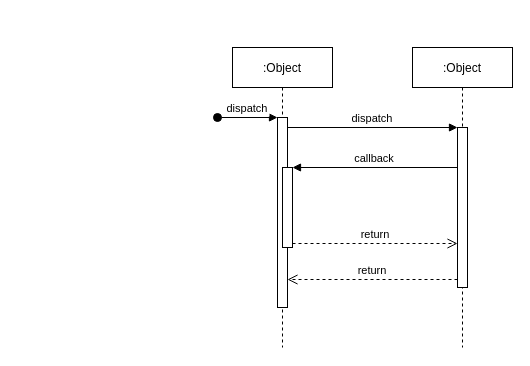
This is SequenceOne.drawio from James-Sergeant/Software-Engineering-Project-Study-Panner, a draw.io file, before an edit. Source tidied: cells renumbered, new cells numbered last; positions are measured from the earlier drawing's top-left corner, leaving out a move shared by most shapes. Both pictures are drawn from the tidied source at 100%, with x=0, y=0 at pixel (217, 47).
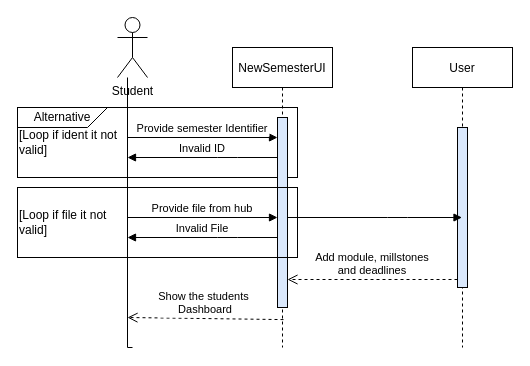
The same page after the edit.

Change to the diagram source:
```diff
@@
+    <mxCell id="12" value="[Loop if ident it not &lt;br&gt;valid]" style="rounded=0;whiteSpace=wrap;html=1;fillColor=none;align=left;" parent="1" vertex="1">
+      <mxGeometry x="-200" y="60" width="280" height="70" as="geometry" />
+    </mxCell>
-    <mxCell id="2" value=":Object" style="shape=umlLifeline;perimeter=lifelinePerimeter;rounded=0;shadow=0;strokeWidth=1;" parent="1" vertex="1">
+    <mxCell id="2" value="NewSemesterUI" style="shape=umlLifeline;perimeter=lifelinePerimeter;rounded=0;shadow=0;strokeWidth=1;" parent="1" vertex="1">
       <mxGeometry x="15" width="100" height="300" as="geometry" />
     </mxCell>
-    <mxCell id="3" style="points=[];perimeter=orthogonalPerimeter;rounded=0;shadow=0;strokeWidth=1;" parent="2" vertex="1">
+    <mxCell id="3" style="points=[];perimeter=orthogonalPerimeter;rounded=0;shadow=0;strokeWidth=1;fillColor=#dae8fc;" parent="2" vertex="1">
       <mxGeometry x="45" y="70" width="10" height="190" as="geometry" />
     </mxCell>
-    <mxCell id="4" value="dispatch" style="verticalAlign=bottom;startArrow=oval;endArrow=block;startSize=8;shadow=0;strokeWidth=1;" parent="2" edge="1" target="3">
-      <mxGeometry relative="1" as="geometry">
-        <mxPoint x="-15" y="70" as="sourcePoint" />
-      </mxGeometry>
-    </mxCell>
-    <mxCell id="5" style="points=[];perimeter=orthogonalPerimeter;rounded=0;shadow=0;strokeWidth=1;" parent="2" vertex="1">
-      <mxGeometry x="50" y="120" width="10" height="80" as="geometry" />
-    </mxCell>
-    <mxCell id="6" value=":Object" style="shape=umlLifeline;perimeter=lifelinePerimeter;rounded=0;shadow=0;strokeWidth=1;" parent="1" vertex="1">
+    <mxCell id="6" value="User" style="shape=umlLifeline;perimeter=lifelinePerimeter;rounded=0;shadow=0;strokeWidth=1;" parent="1" vertex="1">
       <mxGeometry x="195" width="100" height="300" as="geometry" />
     </mxCell>
-    <mxCell id="7" style="points=[];perimeter=orthogonalPerimeter;rounded=0;shadow=0;strokeWidth=1;" parent="6" vertex="1">
+    <mxCell id="7" style="points=[];perimeter=orthogonalPerimeter;rounded=0;shadow=0;strokeWidth=1;fillColor=#dae8fc;" parent="6" vertex="1">
       <mxGeometry x="45" y="80" width="10" height="160" as="geometry" />
     </mxCell>
-    <mxCell id="8" value="return" style="verticalAlign=bottom;endArrow=open;dashed=1;endSize=8;exitX=0;exitY=0.95;shadow=0;strokeWidth=1;" parent="1" edge="1" source="7" target="3">
+    <mxCell id="8" value="Add module, millstones &#10;and deadlines" style="verticalAlign=bottom;endArrow=open;dashed=1;endSize=8;exitX=0;exitY=0.95;shadow=0;strokeWidth=1;" parent="1" edge="1" source="7" target="3">
       <mxGeometry relative="1" as="geometry" />
     </mxCell>
-    <mxCell id="9" value="dispatch" style="verticalAlign=bottom;endArrow=block;entryX=0;entryY=0;shadow=0;strokeWidth=1;" parent="1" edge="1" source="3" target="7">
-      <mxGeometry relative="1" as="geometry" />
-    </mxCell>
-    <mxCell id="10" value="callback" style="verticalAlign=bottom;endArrow=block;entryX=1;entryY=0;shadow=0;strokeWidth=1;" parent="1" edge="1" source="7" target="5">
-      <mxGeometry relative="1" as="geometry" />
-    </mxCell>
-    <mxCell id="11" value="return" style="verticalAlign=bottom;endArrow=open;dashed=1;endSize=8;exitX=1;exitY=0.95;shadow=0;strokeWidth=1;" parent="1" edge="1" source="5" target="7">
-      <mxGeometry relative="1" as="geometry" />
-    </mxCell>
+    <mxCell id="13" style="edgeStyle=orthogonalEdgeStyle;rounded=0;jettySize=auto;html=1;endArrow=none;endFill=0;" parent="1" edge="1" source="14">
+      <mxGeometry relative="1" as="geometry">
+        <mxPoint x="-85" y="300" as="targetPoint" />
+        <Array as="points">
+          <mxPoint x="-90" y="300" />
+        </Array>
+      </mxGeometry>
+    </mxCell>
+    <mxCell id="14" value="Student" style="shape=umlActor;verticalLabelPosition=bottom;verticalAlign=top;html=1;outlineConnect=0;" parent="1" vertex="1">
+      <mxGeometry x="-100" y="-30" width="30" height="60" as="geometry" />
+    </mxCell>
+    <mxCell id="15" value="Provide semester Identifier" style="verticalAlign=bottom;endArrow=block;shadow=0;strokeWidth=1;" parent="1" edge="1">
+      <mxGeometry relative="1" as="geometry">
+        <mxPoint x="-90" y="90" as="sourcePoint" />
+        <mxPoint x="60" y="90" as="targetPoint" />
+      </mxGeometry>
+    </mxCell>
+    <mxCell id="16" value="Alternative" style="shape=card;whiteSpace=wrap;html=1;fillColor=none;direction=north;flipH=1;" parent="1" vertex="1">
+      <mxGeometry x="-200" y="60" width="90" height="20" as="geometry" />
+    </mxCell>
+    <mxCell id="17" value="Invalid ID" style="verticalAlign=bottom;endArrow=block;entryX=1;entryY=0;shadow=0;strokeWidth=1;" parent="1" edge="1" source="3">
+      <mxGeometry relative="1" as="geometry">
+        <mxPoint x="-90" y="110" as="targetPoint" />
+        <Array as="points">
+          <mxPoint x="10" y="110" />
+        </Array>
+      </mxGeometry>
+    </mxCell>
+    <mxCell id="18" value="[Loop if file it not &lt;br&gt;valid]" style="rounded=0;whiteSpace=wrap;html=1;fillColor=none;align=left;" parent="1" vertex="1">
+      <mxGeometry x="-200" y="140" width="280" height="70" as="geometry" />
+    </mxCell>
+    <mxCell id="19" value="Provide file from hub" style="verticalAlign=bottom;endArrow=block;shadow=0;strokeWidth=1;" parent="1" edge="1">
+      <mxGeometry relative="1" as="geometry">
+        <mxPoint x="-90" y="170" as="sourcePoint" />
+        <mxPoint x="60" y="170" as="targetPoint" />
+      </mxGeometry>
+    </mxCell>
+    <mxCell id="20" value="Invalid File" style="verticalAlign=bottom;endArrow=block;entryX=1;entryY=0;shadow=0;strokeWidth=1;" parent="1" edge="1">
+      <mxGeometry relative="1" as="geometry">
+        <mxPoint x="60" y="190" as="sourcePoint" />
+        <mxPoint x="-90" y="190" as="targetPoint" />
+        <Array as="points">
+          <mxPoint x="10" y="190" />
+        </Array>
+      </mxGeometry>
+    </mxCell>
+    <mxCell id="21" style="verticalAlign=bottom;endArrow=block;shadow=0;strokeWidth=1;" parent="1" edge="1">
+      <mxGeometry x="-0.08" relative="1" as="geometry">
+        <mxPoint x="70" y="170" as="sourcePoint" />
+        <mxPoint x="244.5" y="170" as="targetPoint" />
+        <Array as="points">
+          <mxPoint x="180" y="170" />
+        </Array>
+      </mxGeometry>
+    </mxCell>
+    <mxCell id="22" value="Show the students &#10;Dashboard" style="verticalAlign=bottom;endArrow=open;dashed=1;endSize=8;shadow=0;strokeWidth=1;exitX=0.51;exitY=0.907;exitDx=0;exitDy=0;exitPerimeter=0;" parent="1" edge="1" source="2">
+      <mxGeometry relative="1" as="geometry">
+        <mxPoint x="-90" y="270" as="targetPoint" />
+      </mxGeometry>
+    </mxCell>
```
